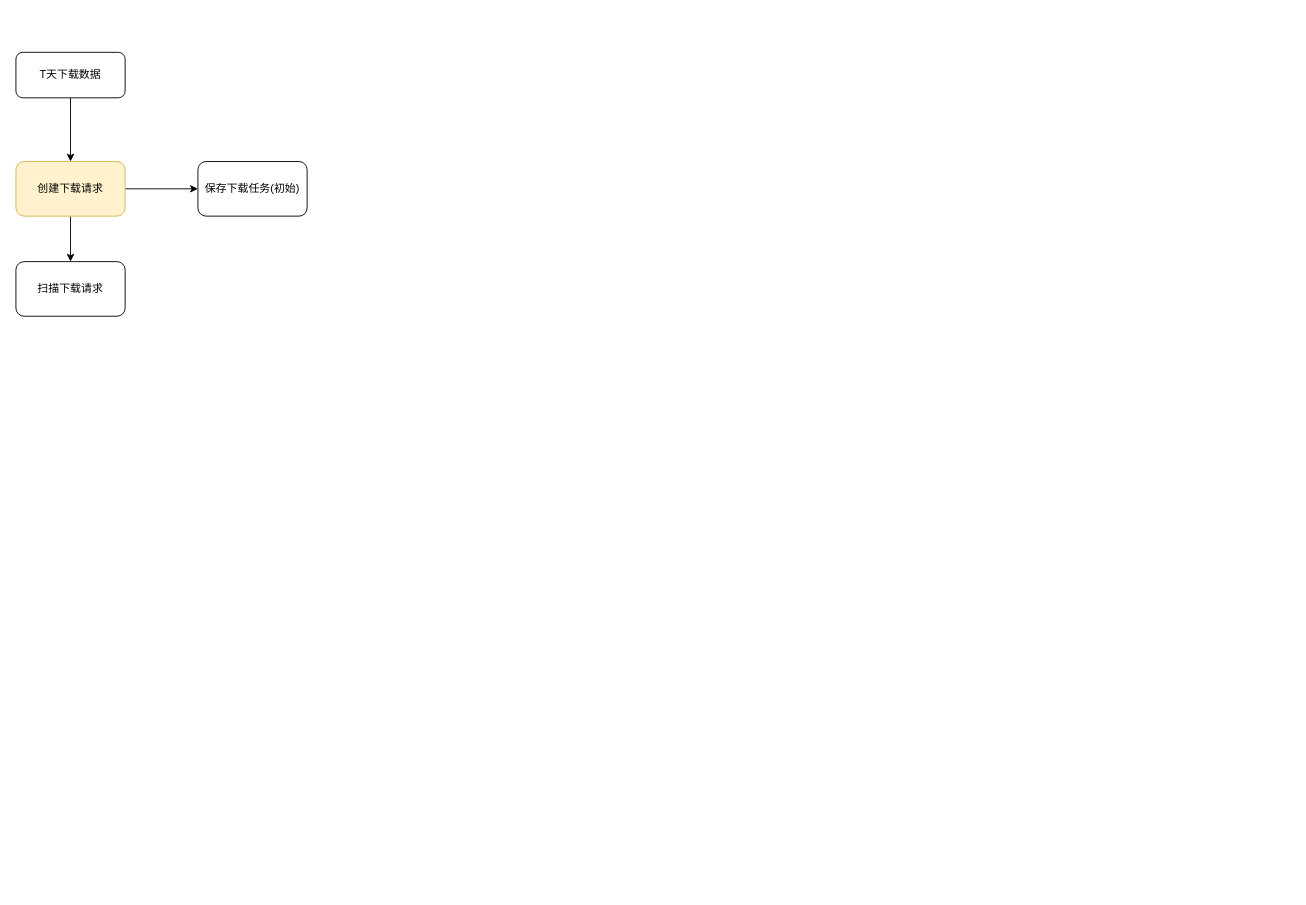
The draw.io diagram 未命名绘图.drawio in Anseong/myDocument, before the edit. Source tidied: cells renumbered, new cells numbered last; positions are measured from the earlier drawing's top-left corner, leaving out a move shared by most shapes. Both pictures are drawn from the tidied source at 91%, with x=0, y=0 at pixel (15, 52).
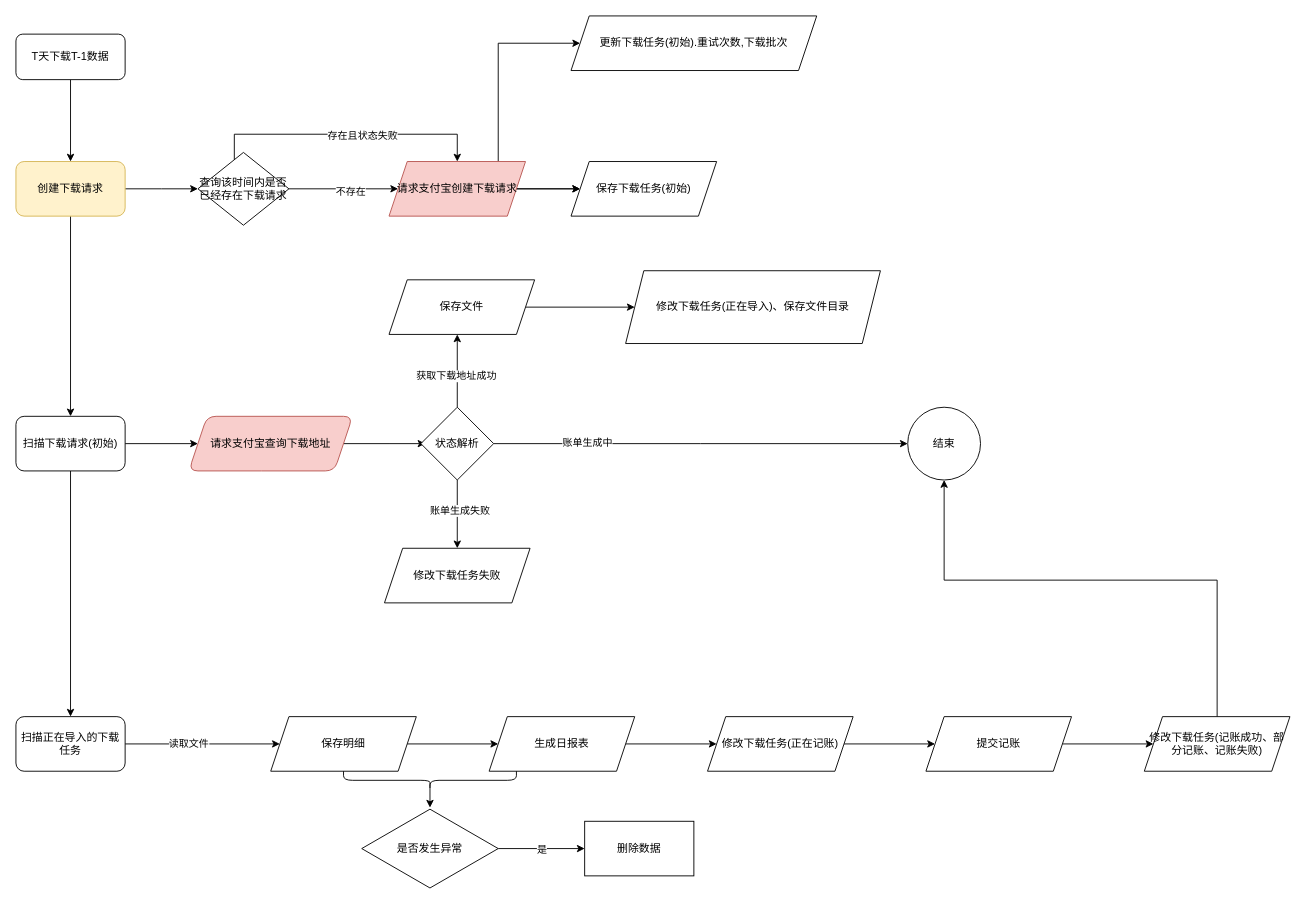
Above is the later version.

Commit message:
支付宝日账记账.drawio

Unchanged cells that the change refers to:
```xml
<mxCell id="6" value="创建下载请求" style="rounded=1;whiteSpace=wrap;html=1;fillColor=#fff2cc;strokeColor=#d6b656;" parent="1" vertex="1">
  <mxGeometry y="120" width="120" height="60" as="geometry" />
</mxCell>
```

What changed in the source:
```diff
@@
-    <mxCell id="3" value="T天下载数据" style="rounded=1;whiteSpace=wrap;html=1;" parent="1" vertex="1">
-      <mxGeometry width="120" height="50" as="geometry" />
+    <mxCell id="3" value="T天下载T-1数据" style="rounded=1;whiteSpace=wrap;html=1;" parent="1" vertex="1">
+      <mxGeometry y="-20" width="120" height="50" as="geometry" />
     </mxCell>
-    <mxCell id="4" style="edgeStyle=orthogonalEdgeStyle;rounded=0;jettySize=auto;html=1;" parent="1" edge="1" source="6" target="8">
-      <mxGeometry relative="1" as="geometry" />
+    <mxCell id="4" style="edgeStyle=orthogonalEdgeStyle;rounded=0;jettySize=auto;html=1;" parent="1" edge="1" source="6">
+      <mxGeometry relative="1" as="geometry">
+        <mxPoint x="200" y="150" as="targetPoint" />
+      </mxGeometry>
     </mxCell>
@@
+    <mxCell id="9" style="edgeStyle=orthogonalEdgeStyle;rounded=0;jettySize=auto;html=1;" parent="1" edge="1" source="7" target="22">
+      <mxGeometry relative="1" as="geometry" />
+    </mxCell>
+    <mxCell id="10" style="edgeStyle=orthogonalEdgeStyle;rounded=0;jettySize=auto;html=1;" parent="1" edge="1" source="7" target="37">
+      <mxGeometry relative="1" as="geometry" />
+    </mxCell>
-    <mxCell id="7" value="扫描下载请求" style="rounded=1;whiteSpace=wrap;html=1;" parent="1" vertex="1">
-      <mxGeometry y="230" width="120" height="60" as="geometry" />
+    <mxCell id="7" value="扫描下载请求(初始)" style="rounded=1;whiteSpace=wrap;html=1;" parent="1" vertex="1">
+      <mxGeometry y="400" width="120" height="60" as="geometry" />
     </mxCell>
+    <mxCell id="11" style="edgeStyle=orthogonalEdgeStyle;rounded=0;jettySize=auto;html=1;" parent="1" edge="1" source="15" target="19">
+      <mxGeometry relative="1" as="geometry" />
+    </mxCell>
+    <mxCell id="12" value="不存在" style="edgeLabel;html=1;align=center;verticalAlign=middle;" parent="11" vertex="1">
+      <mxGeometry x="0.11" y="-2" relative="1" as="geometry" />
+    </mxCell>
+    <mxCell id="13" style="edgeStyle=orthogonalEdgeStyle;rounded=0;jettySize=auto;html=1;entryX=0.5;entryY=0;entryDx=0;entryDy=0;" parent="1" edge="1" source="15" target="19">
+      <mxGeometry relative="1" as="geometry">
+        <Array as="points">
+          <mxPoint x="240" y="90" />
+          <mxPoint x="485" y="90" />
+        </Array>
+      </mxGeometry>
+    </mxCell>
+    <mxCell id="14" value="存在且状态失败" style="edgeLabel;html=1;align=center;verticalAlign=middle;" parent="13" vertex="1">
+      <mxGeometry x="0.11" y="-1" relative="1" as="geometry" />
+    </mxCell>
+    <mxCell id="15" value="查询该时间内是否已经存在下载请求" style="rhombus;whiteSpace=wrap;html=1;" parent="1" vertex="1">
+      <mxGeometry x="200" y="110" width="100" height="80" as="geometry" />
+    </mxCell>
+    <mxCell id="16" style="edgeStyle=orthogonalEdgeStyle;rounded=0;jettySize=auto;html=1;" parent="1" edge="1" source="19" target="8">
+      <mxGeometry relative="1" as="geometry" />
+    </mxCell>
+    <mxCell id="17" style="edgeStyle=orthogonalEdgeStyle;rounded=0;jettySize=auto;html=1;" parent="1" edge="1" source="19" target="8">
+      <mxGeometry relative="1" as="geometry" />
+    </mxCell>
+    <mxCell id="18" style="edgeStyle=orthogonalEdgeStyle;rounded=0;jettySize=auto;html=1;" parent="1" edge="1" source="19" target="20">
+      <mxGeometry relative="1" as="geometry">
+        <Array as="points">
+          <mxPoint x="530" y="-10" />
+        </Array>
+      </mxGeometry>
+    </mxCell>
+    <mxCell id="19" value="请求支付宝创建下载请求" style="shape=parallelogram;perimeter=parallelogramPerimeter;whiteSpace=wrap;html=1;fixedSize=1;fillColor=#f8cecc;strokeColor=#b85450;" parent="1" vertex="1">
+      <mxGeometry x="410" y="120" width="150" height="60" as="geometry" />
+    </mxCell>
-    <mxCell id="8" value="保存下载任务(初始)" style="whiteSpace=wrap;html=1;rounded=1;" parent="1" vertex="1">
-      <mxGeometry x="200" y="120" width="120" height="60" as="geometry" />
+    <mxCell id="8" value="保存下载任务(初始)" style="shape=parallelogram;perimeter=parallelogramPerimeter;whiteSpace=wrap;html=1;fixedSize=1;" parent="1" vertex="1">
+      <mxGeometry x="610" y="120" width="160" height="60" as="geometry" />
     </mxCell>
+    <mxCell id="20" value="更新下载任务(初始).重试次数,下载批次" style="shape=parallelogram;perimeter=parallelogramPerimeter;whiteSpace=wrap;html=1;fixedSize=1;" parent="1" vertex="1">
+      <mxGeometry x="610" y="-40" width="270" height="60" as="geometry" />
+    </mxCell>
+    <mxCell id="21" style="edgeStyle=orthogonalEdgeStyle;rounded=0;jettySize=auto;html=1;" parent="1" edge="1" source="22">
+      <mxGeometry relative="1" as="geometry">
+        <mxPoint x="450" y="430" as="targetPoint" />
+      </mxGeometry>
+    </mxCell>
+    <mxCell id="22" value="请求支付宝查询下载地址" style="shape=parallelogram;perimeter=parallelogramPerimeter;whiteSpace=wrap;html=1;fixedSize=1;rounded=1;fillColor=#f8cecc;strokeColor=#b85450;" parent="1" vertex="1">
+      <mxGeometry x="190" y="400" width="180" height="60" as="geometry" />
+    </mxCell>
+    <mxCell id="23" style="edgeStyle=orthogonalEdgeStyle;rounded=0;jettySize=auto;html=1;" parent="1" edge="1" source="29">
+      <mxGeometry relative="1" as="geometry">
+        <mxPoint x="980" y="430" as="targetPoint" />
+      </mxGeometry>
+    </mxCell>
+    <mxCell id="24" value="账单生成中" style="edgeLabel;html=1;align=center;verticalAlign=middle;" parent="23" vertex="1">
+      <mxGeometry x="-0.55" y="2" relative="1" as="geometry" />
+    </mxCell>
+    <mxCell id="25" style="edgeStyle=orthogonalEdgeStyle;rounded=0;jettySize=auto;html=1;entryX=0.5;entryY=0;entryDx=0;entryDy=0;" parent="1" edge="1" source="29" target="31">
+      <mxGeometry relative="1" as="geometry" />
+    </mxCell>
+    <mxCell id="26" value="账单生成失败" style="edgeLabel;html=1;align=center;verticalAlign=middle;" parent="25" vertex="1">
+      <mxGeometry x="-0.12" y="2" relative="1" as="geometry" />
+    </mxCell>
+    <mxCell id="27" style="edgeStyle=orthogonalEdgeStyle;rounded=0;jettySize=auto;html=1;" parent="1" edge="1" source="29">
+      <mxGeometry relative="1" as="geometry">
+        <mxPoint x="485" y="310" as="targetPoint" />
+      </mxGeometry>
+    </mxCell>
+    <mxCell id="28" value="获取下载地址成功" style="edgeLabel;html=1;align=center;verticalAlign=middle;" parent="27" vertex="1">
+      <mxGeometry x="-0.13" y="2" relative="1" as="geometry" />
+    </mxCell>
+    <mxCell id="29" value="状态解析" style="rhombus;whiteSpace=wrap;html=1;" parent="1" vertex="1">
+      <mxGeometry x="445" y="390" width="80" height="80" as="geometry" />
+    </mxCell>
+    <mxCell id="30" value="结束" style="ellipse;whiteSpace=wrap;html=1;" parent="1" vertex="1">
+      <mxGeometry x="980" y="390" width="80" height="80" as="geometry" />
+    </mxCell>
+    <mxCell id="31" value="修改下载任务失败" style="shape=parallelogram;perimeter=parallelogramPerimeter;whiteSpace=wrap;html=1;fixedSize=1;" parent="1" vertex="1">
+      <mxGeometry x="405" y="545" width="160" height="60" as="geometry" />
+    </mxCell>
+    <mxCell id="32" style="edgeStyle=orthogonalEdgeStyle;rounded=0;jettySize=auto;html=1;" parent="1" edge="1" source="33" target="34">
+      <mxGeometry relative="1" as="geometry" />
+    </mxCell>
+    <mxCell id="33" value="保存文件" style="shape=parallelogram;perimeter=parallelogramPerimeter;whiteSpace=wrap;html=1;fixedSize=1;" parent="1" vertex="1">
+      <mxGeometry x="410" y="250" width="160" height="60" as="geometry" />
+    </mxCell>
+    <mxCell id="34" value="修改下载任务(正在导入)、保存文件目录" style="shape=parallelogram;perimeter=parallelogramPerimeter;whiteSpace=wrap;html=1;fixedSize=1;" parent="1" vertex="1">
+      <mxGeometry x="670" y="240" width="280" height="80" as="geometry" />
+    </mxCell>
+    <mxCell id="35" style="edgeStyle=orthogonalEdgeStyle;rounded=0;jettySize=auto;html=1;" parent="1" edge="1" source="37" target="39">
+      <mxGeometry relative="1" as="geometry" />
+    </mxCell>
+    <mxCell id="36" value="读取文件" style="edgeLabel;html=1;align=center;verticalAlign=middle;" parent="35" vertex="1">
+      <mxGeometry x="-0.19" y="1" relative="1" as="geometry" />
+    </mxCell>
+    <mxCell id="37" value="扫描正在导入的下载任务" style="whiteSpace=wrap;html=1;rounded=1;" parent="1" vertex="1">
+      <mxGeometry y="730" width="120" height="60" as="geometry" />
+    </mxCell>
+    <mxCell id="38" style="edgeStyle=orthogonalEdgeStyle;rounded=0;jettySize=auto;html=1;" parent="1" edge="1" source="39" target="41">
+      <mxGeometry relative="1" as="geometry" />
+    </mxCell>
+    <mxCell id="39" value="保存明细" style="shape=parallelogram;perimeter=parallelogramPerimeter;whiteSpace=wrap;html=1;fixedSize=1;" parent="1" vertex="1">
+      <mxGeometry x="280" y="730" width="160" height="60" as="geometry" />
+    </mxCell>
+    <mxCell id="40" style="edgeStyle=orthogonalEdgeStyle;rounded=0;jettySize=auto;html=1;" parent="1" edge="1" source="41" target="43">
+      <mxGeometry relative="1" as="geometry" />
+    </mxCell>
+    <mxCell id="41" value="生成日报表" style="shape=parallelogram;perimeter=parallelogramPerimeter;whiteSpace=wrap;html=1;fixedSize=1;" parent="1" vertex="1">
+      <mxGeometry x="520" y="730" width="160" height="60" as="geometry" />
+    </mxCell>
+    <mxCell id="42" style="edgeStyle=orthogonalEdgeStyle;rounded=0;jettySize=auto;html=1;" parent="1" edge="1" source="43" target="51">
+      <mxGeometry relative="1" as="geometry" />
+    </mxCell>
+    <mxCell id="43" value="修改下载任务(正在记账)" style="shape=parallelogram;perimeter=parallelogramPerimeter;whiteSpace=wrap;html=1;fixedSize=1;" parent="1" vertex="1">
+      <mxGeometry x="760" y="730" width="160" height="60" as="geometry" />
+    </mxCell>
+    <mxCell id="44" style="edgeStyle=orthogonalEdgeStyle;rounded=0;jettySize=auto;html=1;exitX=0.1;exitY=0.5;exitDx=0;exitDy=0;exitPerimeter=0;" parent="1" edge="1" source="45">
+      <mxGeometry relative="1" as="geometry">
+        <mxPoint x="455" y="830" as="targetPoint" />
+      </mxGeometry>
+    </mxCell>
+    <mxCell id="45" style="shape=curlyBracket;whiteSpace=wrap;html=1;rounded=1;flipH=1;labelPosition=right;verticalLabelPosition=middle;align=left;verticalAlign=middle;direction=north;size=0.5;" parent="1" vertex="1">
+      <mxGeometry x="360" y="790" width="190" height="20" as="geometry" />
+    </mxCell>
+    <mxCell id="46" style="edgeStyle=orthogonalEdgeStyle;rounded=0;jettySize=auto;html=1;" parent="1" edge="1" source="48" target="49">
+      <mxGeometry relative="1" as="geometry" />
+    </mxCell>
+    <mxCell id="47" value="是" style="edgeLabel;html=1;align=center;verticalAlign=middle;" parent="46" vertex="1">
+      <mxGeometry x="-0.01" relative="1" as="geometry" />
+    </mxCell>
+    <mxCell id="48" value="是否发生异常" style="html=1;whiteSpace=wrap;shape=isoRectangle;" parent="1" vertex="1">
+      <mxGeometry x="380" y="830" width="150" height="90" as="geometry" />
+    </mxCell>
+    <mxCell id="49" value="删除数据" style="whiteSpace=wrap;html=1;" parent="1" vertex="1">
+      <mxGeometry x="625" y="845" width="120" height="60" as="geometry" />
+    </mxCell>
+    <mxCell id="50" style="edgeStyle=orthogonalEdgeStyle;rounded=0;jettySize=auto;html=1;" parent="1" edge="1" source="51" target="53">
+      <mxGeometry relative="1" as="geometry" />
+    </mxCell>
+    <mxCell id="51" value="提交记账" style="shape=parallelogram;perimeter=parallelogramPerimeter;whiteSpace=wrap;html=1;fixedSize=1;" parent="1" vertex="1">
+      <mxGeometry x="1000" y="730" width="160" height="60" as="geometry" />
+    </mxCell>
+    <mxCell id="52" style="edgeStyle=orthogonalEdgeStyle;rounded=0;jettySize=auto;html=1;" parent="1" edge="1" source="53" target="30">
+      <mxGeometry relative="1" as="geometry">
+        <Array as="points">
+          <mxPoint x="1320" y="580" />
+          <mxPoint x="1020" y="580" />
+        </Array>
+      </mxGeometry>
+    </mxCell>
+    <mxCell id="53" value="修改下载任务(记账成功、部分记账、记账失败)" style="shape=parallelogram;perimeter=parallelogramPerimeter;whiteSpace=wrap;html=1;fixedSize=1;" parent="1" vertex="1">
+      <mxGeometry x="1240" y="730" width="160" height="60" as="geometry" />
+    </mxCell>
```
